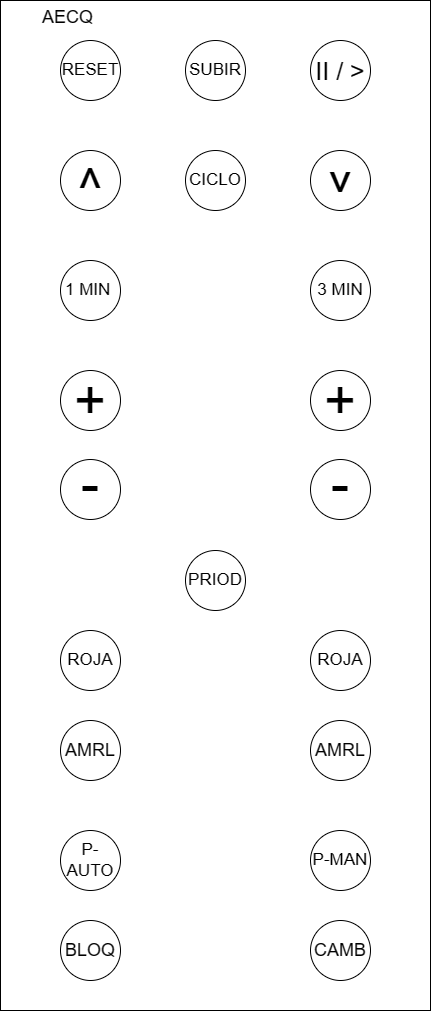
This is Design/Machine/Remote/Remote-control-buttons.png from Diego-Hiriart/Capstone_Hiriart-Corales-Samaniego, a draw.io export, as it was before one commit. Source tidied: cells renumbered, new cells last; positions are measured from the earlier drawing's top-left corner, leaving out a move shared by most shapes.
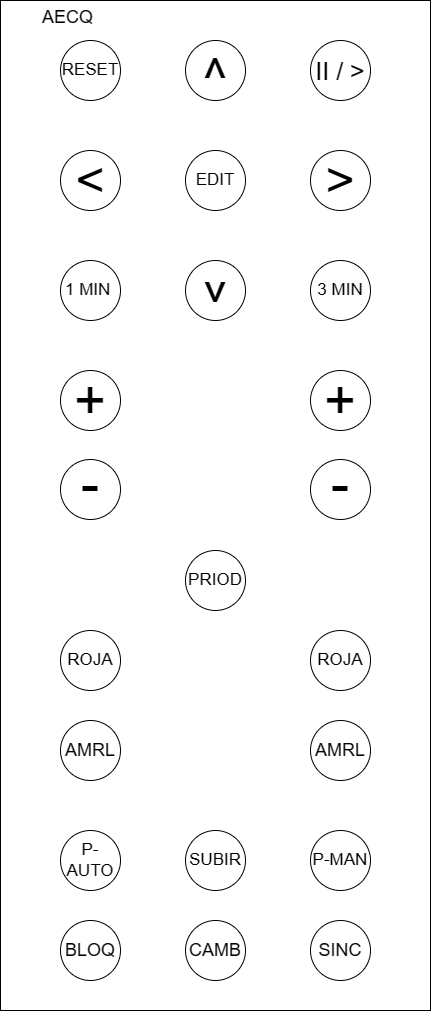
Above is the later version.

Commit message:
feat: remote control TX/RX and sync

What changed in the source:
```diff
@@ -5,7 +5,7 @@
     <mxCell id="2" value="&lt;blockquote style=&quot;margin: 0 0 0 40px; border: none; padding: 0px;&quot;&gt;&lt;font style=&quot;font-size: 18px;&quot;&gt;AECQ&lt;/font&gt;&lt;/blockquote&gt;" style="rounded=0;whiteSpace=wrap;html=1;verticalAlign=top;align=left;labelPosition=center;verticalLabelPosition=middle;" parent="1" vertex="1">
       <mxGeometry width="430" height="1010" as="geometry" />
     </mxCell>
-    <mxCell id="3" value="CAMB" style="ellipse;whiteSpace=wrap;html=1;fontSize=18;" parent="1" vertex="1">
+    <mxCell id="3" value="SINC" style="ellipse;whiteSpace=wrap;html=1;fontSize=18;" parent="1" vertex="1">
       <mxGeometry x="310" y="920" width="60" height="60" as="geometry" />
     </mxCell>
     <mxCell id="4" value="BLOQ" style="ellipse;whiteSpace=wrap;html=1;fontSize=18;" parent="1" vertex="1">
@@ -50,17 +50,17 @@
     <mxCell id="17" value="3 MIN" style="ellipse;whiteSpace=wrap;html=1;fontSize=17;" parent="1" vertex="1">
       <mxGeometry x="310" y="260" width="60" height="60" as="geometry" />
     </mxCell>
-    <mxCell id="18" value="CICLO" style="ellipse;whiteSpace=wrap;html=1;fontSize=17;" parent="1" vertex="1">
+    <mxCell id="18" value="EDIT" style="ellipse;whiteSpace=wrap;html=1;fontSize=17;" parent="1" vertex="1">
       <mxGeometry x="185" y="150" width="60" height="60" as="geometry" />
     </mxCell>
-    <mxCell id="19" value="^" style="ellipse;whiteSpace=wrap;html=1;fontSize=50;verticalAlign=top;" parent="1" vertex="1">
+    <mxCell id="19" value="&amp;lt;" style="ellipse;whiteSpace=wrap;html=1;fontSize=50;verticalAlign=middle;" parent="1" vertex="1">
       <mxGeometry x="60" y="150" width="60" height="60" as="geometry" />
     </mxCell>
-    <mxCell id="20" value="^" style="ellipse;whiteSpace=wrap;html=1;fontSize=50;verticalAlign=top;direction=west;rotation=180;" parent="1" vertex="1">
+    <mxCell id="20" value="&amp;gt;" style="ellipse;whiteSpace=wrap;html=1;fontSize=50;verticalAlign=middle;direction=east;rotation=0;" parent="1" vertex="1">
       <mxGeometry x="310" y="150" width="60" height="60" as="geometry" />
     </mxCell>
     <mxCell id="21" value="SUBIR" style="ellipse;whiteSpace=wrap;html=1;fontSize=17;" parent="1" vertex="1">
-      <mxGeometry x="185" y="40" width="60" height="60" as="geometry" />
+      <mxGeometry x="185" y="830" width="60" height="60" as="geometry" />
     </mxCell>
     <mxCell id="22" value="RESET" style="ellipse;whiteSpace=wrap;html=1;fontSize=17;verticalAlign=middle;" parent="1" vertex="1">
       <mxGeometry x="60" y="40" width="60" height="60" as="geometry" />
@@ -68,5 +68,14 @@
     <mxCell id="23" value="II / &amp;gt;" style="ellipse;whiteSpace=wrap;html=1;fontSize=25;verticalAlign=middle;direction=west;rotation=0;" parent="1" vertex="1">
       <mxGeometry x="310" y="40" width="60" height="60" as="geometry" />
     </mxCell>
+    <mxCell id="24" value="CAMB" style="ellipse;whiteSpace=wrap;html=1;fontSize=18;" parent="1" vertex="1">
+      <mxGeometry x="185" y="920" width="60" height="60" as="geometry" />
+    </mxCell>
+    <mxCell id="25" value="^" style="ellipse;whiteSpace=wrap;html=1;fontSize=50;verticalAlign=top;direction=west;rotation=180;" parent="1" vertex="1">
+      <mxGeometry x="185" y="260" width="60" height="60" as="geometry" />
+    </mxCell>
+    <mxCell id="26" value="^" style="ellipse;whiteSpace=wrap;html=1;fontSize=50;verticalAlign=top;" parent="1" vertex="1">
+      <mxGeometry x="185" y="40" width="60" height="60" as="geometry" />
+    </mxCell>
   </root>
 </mxGraphModel>
```
